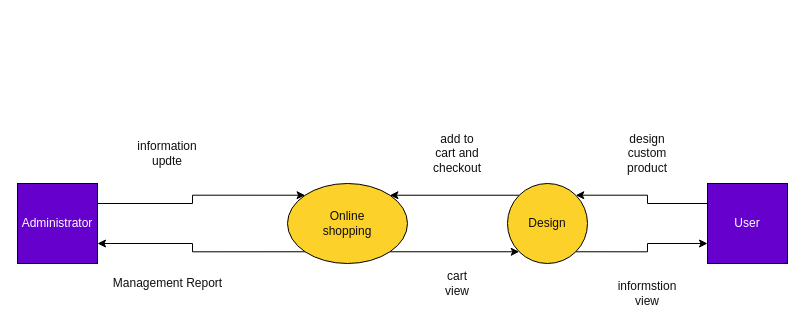
nirav7707/level-0 keeps this draw.io diagram as Untitled Diagram.drawio. Above is the earlier version. Source tidied: cells renumbered, new cells numbered last; positions are measured from the earlier drawing's top-left corner, leaving out a move shared by most shapes. Both pictures are drawn from the tidied source at 100%, with x=0, y=0 at pixel (17, 143).
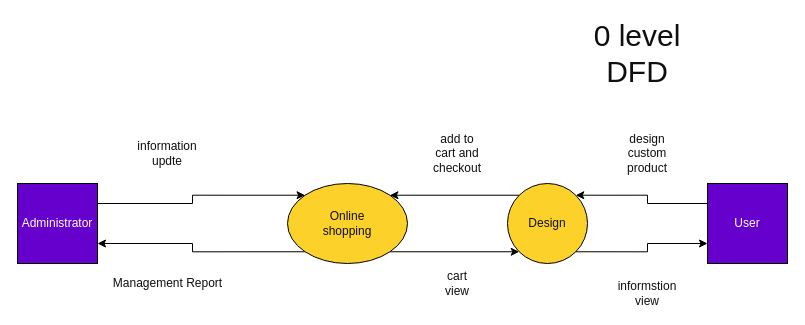
After the change.

What changed in the source:
```diff
@@
+    <mxCell id="23" value="&lt;font style=&quot;font-size: 30px&quot;&gt;0 level DFD&lt;br&gt;&lt;/font&gt;" style="text;html=1;strokeColor=none;fillColor=none;align=center;verticalAlign=middle;whiteSpace=wrap;rounded=0;fontColor=#0F0F0F;" parent="1" vertex="1">
+      <mxGeometry x="555" y="-100" width="130" height="20" as="geometry" />
+    </mxCell>
```
